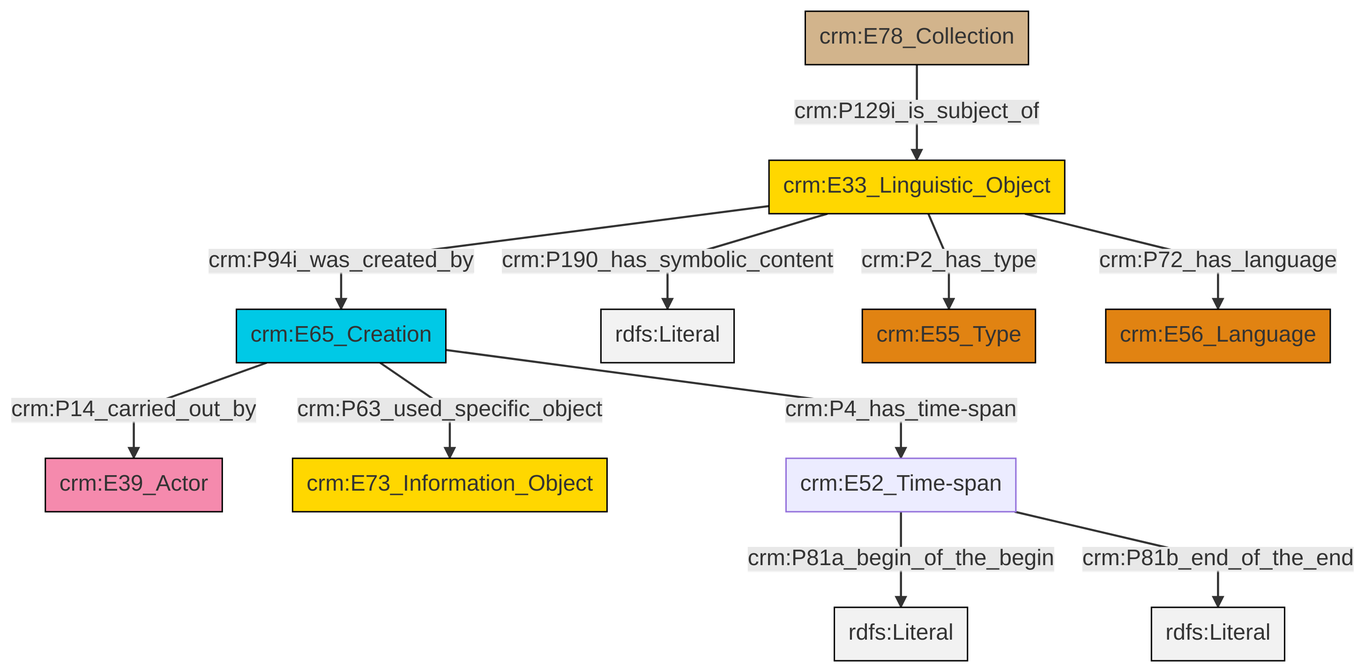
swiss-art-research-net/docs.swissartresearch keeps this Mermaid diagram as et/archivalCSV/ttl/mmd/png/archival_desc.png. Above is the earlier version. Its source is kept beside it as et/archivalCSV/ttl/mmd/archival_desc.ttl.mmd.
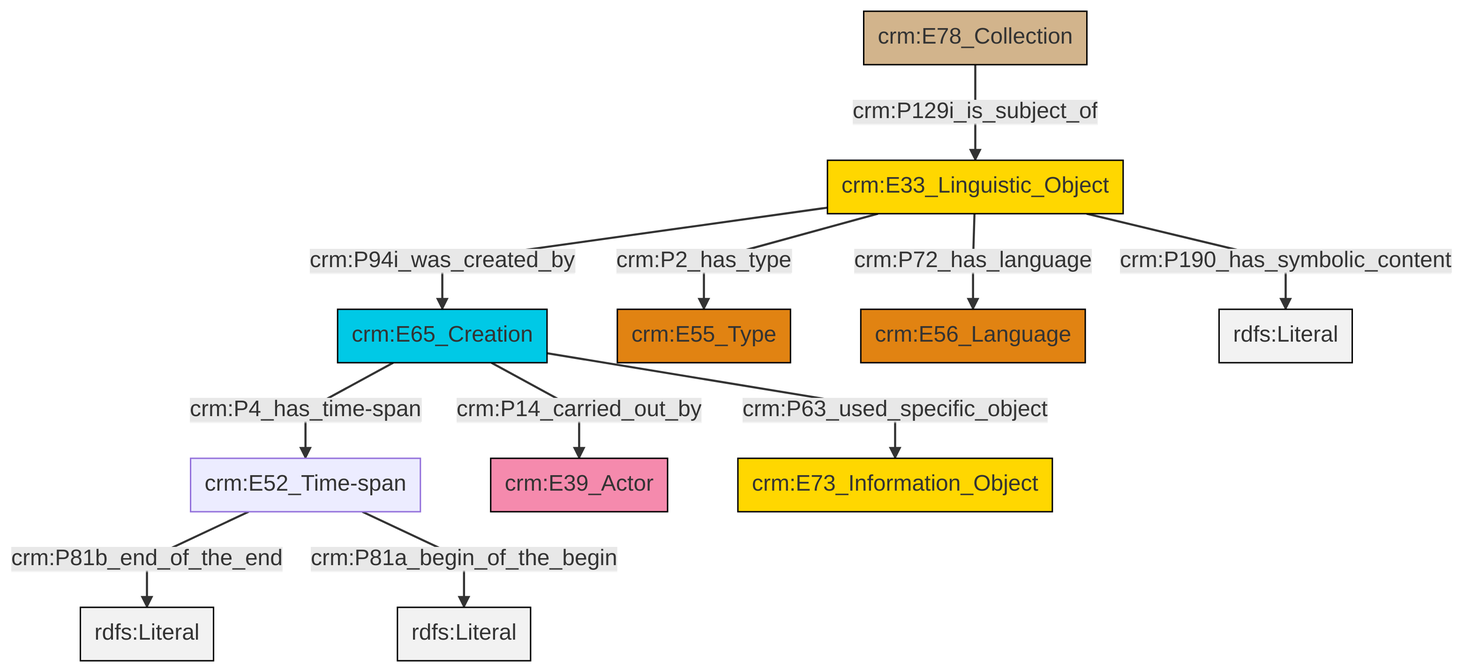
After the change.

Diff of the diagram source:
```diff
@@ -13,13 +13,13 @@
 classDef PC_Classes fill:#4ce600, stroke:#000000;
 classDef Multi fill:#cccccc,stroke:#000000;
 
-0["crm:E33_Linguistic_Object"]:::Conceptual_Object -->|crm:P94i_was_created_by| 1["crm:E65_Creation"]:::Temporal_Entity
-0["crm:E33_Linguistic_Object"]:::Conceptual_Object -->|crm:P190_has_symbolic_content| 2[rdfs:Literal]:::Literal
-1["crm:E65_Creation"]:::Temporal_Entity -->|crm:P14_carried_out_by| 3["crm:E39_Actor"]:::Actor
-8["crm:E78_Collection"]:::Physical_Thing -->|crm:P129i_is_subject_of| 0["crm:E33_Linguistic_Object"]:::Conceptual_Object
-0["crm:E33_Linguistic_Object"]:::Conceptual_Object -->|crm:P2_has_type| 4["crm:E55_Type"]:::Type
-1["crm:E65_Creation"]:::Temporal_Entity -->|crm:P63_used_specific_object| 10["crm:E73_Information_Object"]:::Conceptual_Object
-1["crm:E65_Creation"]:::Temporal_Entity -->|crm:P4_has_time-span| 11["crm:E52_Time-span"]:::Default
-11["crm:E52_Time-span"]:::Default -->|crm:P81a_begin_of_the_begin| 14[rdfs:Literal]:::Literal
+2["crm:E65_Creation"]:::Temporal_Entity -->|crm:P4_has_time-span| 3["crm:E52_Time-span"]:::Default
+4["crm:E78_Collection"]:::Physical_Thing -->|crm:P129i_is_subject_of| 0["crm:E33_Linguistic_Object"]:::Conceptual_Object
+0["crm:E33_Linguistic_Object"]:::Conceptual_Object -->|crm:P2_has_type| 5["crm:E55_Type"]:::Type
+3["crm:E52_Time-span"]:::Default -->|crm:P81b_end_of_the_end| 10[rdfs:Literal]:::Literal
+3["crm:E52_Time-span"]:::Default -->|crm:P81a_begin_of_the_begin| 14[rdfs:Literal]:::Literal
+0["crm:E33_Linguistic_Object"]:::Conceptual_Object -->|crm:P94i_was_created_by| 2["crm:E65_Creation"]:::Temporal_Entity
 0["crm:E33_Linguistic_Object"]:::Conceptual_Object -->|crm:P72_has_language| 6["crm:E56_Language"]:::Type
-11["crm:E52_Time-span"]:::Default -->|crm:P81b_end_of_the_end| 15[rdfs:Literal]:::Literal
+0["crm:E33_Linguistic_Object"]:::Conceptual_Object -->|crm:P190_has_symbolic_content| 17[rdfs:Literal]:::Literal
+2["crm:E65_Creation"]:::Temporal_Entity -->|crm:P63_used_specific_object| 11["crm:E73_Information_Object"]:::Conceptual_Object
+2["crm:E65_Creation"]:::Temporal_Entity -->|crm:P14_carried_out_by| 8["crm:E39_Actor"]:::Actor
```
